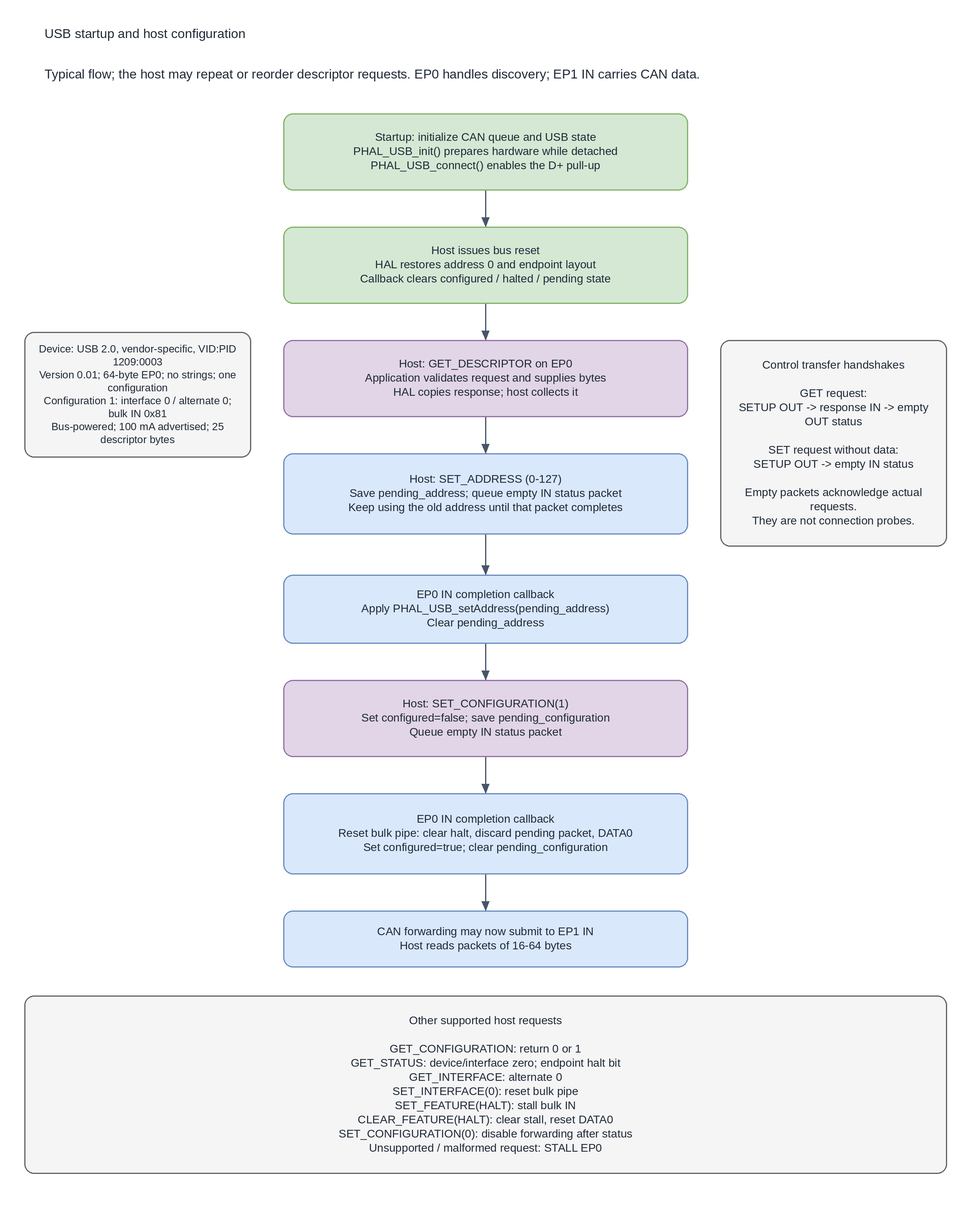
PurdueElectricRacing/firmware keeps this draw.io diagram as firmware/source/cannector/usb_enumeration.drawio.png. Above is the earlier version. Source tidied: cells renumbered, new cells last; positions are measured from the earlier drawing's top-left corner, leaving out a move shared by most shapes.
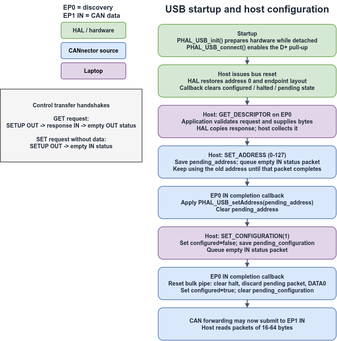
Later version of the same file.

What changed in the source:
```diff
@@ -2,65 +2,68 @@
   <root>
     <mxCell id="0" />
     <mxCell id="1" parent="0" />
-    <mxCell id="2" value="USB startup and host configuration" style="text;whiteSpace=wrap;html=0;align=left;verticalAlign=middle;fontColor=#1f2937;fontSize=16;spacing=5;" parent="1" vertex="1">
-      <mxGeometry x="10" width="1120" height="45" as="geometry" />
+    <mxCell id="2" value="USB startup and host configuration" style="text;whiteSpace=wrap;html=0;align=center;verticalAlign=middle;fontColor=#1f2937;fontSize=24;spacing=5;fontStyle=1;strokeWidth=2;" parent="1" vertex="1">
+      <mxGeometry x="250" y="80" width="440" height="45" as="geometry" />
     </mxCell>
-    <mxCell id="3" value="Typical flow; the host may repeat or reorder descriptor requests. EP0 handles discovery; EP1 IN carries CAN data." style="text;whiteSpace=wrap;html=0;align=left;verticalAlign=middle;fontColor=#1f2937;fontSize=16;spacing=5;" parent="1" vertex="1">
-      <mxGeometry x="10" y="45" width="1120" height="55" as="geometry" />
+    <mxCell id="3" value="EP0 = discovery&#10;EP1 IN = CAN data" style="text;whiteSpace=wrap;html=0;align=left;verticalAlign=middle;fontColor=#1f2937;fontSize=16;spacing=5;fontStyle=1;strokeWidth=2;" parent="1" vertex="1">
+      <mxGeometry x="10" y="80" width="160" height="55" as="geometry" />
     </mxCell>
-    <mxCell id="4" value="Startup: initialize CAN queue and USB state&#10;PHAL_USB_init() prepares hardware while detached&#10;PHAL_USB_connect() enables the D+ pull-up" style="rounded=1;whiteSpace=wrap;html=0;fillColor=#d5e8d4;strokeColor=#82b366;fontColor=#1f2937;fontSize=14;spacing=10;" parent="1" vertex="1">
-      <mxGeometry x="320" y="120" width="500" height="95" as="geometry" />
+    <mxCell id="4" value="Startup&#10;PHAL_USB_init() prepares hardware while detached&#10;PHAL_USB_connect() enables the D+ pull-up" style="rounded=1;whiteSpace=wrap;html=0;fillColor=#d5e8d4;strokeColor=#82b366;fontColor=#1f2937;fontSize=14;spacing=10;fontStyle=1;strokeWidth=2;" parent="1" vertex="1">
+      <mxGeometry x="250" y="140" width="440" height="80" as="geometry" />
     </mxCell>
-    <mxCell id="5" value="Host issues bus reset&#10;HAL restores address 0 and endpoint layout&#10;Callback clears configured / halted / pending state" style="rounded=1;whiteSpace=wrap;html=0;fillColor=#d5e8d4;strokeColor=#82b366;fontColor=#1f2937;fontSize=14;spacing=10;" parent="1" vertex="1">
-      <mxGeometry x="320" y="260" width="500" height="95" as="geometry" />
+    <mxCell id="5" value="Host issues bus reset&#10;HAL restores address 0 and endpoint layout&#10;Callback clears configured / halted / pending state" style="rounded=1;whiteSpace=wrap;html=0;fillColor=#d5e8d4;strokeColor=#82b366;fontColor=#1f2937;fontSize=14;spacing=10;fontStyle=1;strokeWidth=2;" parent="1" vertex="1">
+      <mxGeometry x="250" y="240" width="440" height="80" as="geometry" />
     </mxCell>
-    <mxCell id="6" value="Host: GET_DESCRIPTOR on EP0&#10;Application validates request and supplies bytes&#10;HAL copies response; host collects it" style="rounded=1;whiteSpace=wrap;html=0;fillColor=#e1d5e7;strokeColor=#9673a6;fontColor=#1f2937;fontSize=14;spacing=10;" parent="1" vertex="1">
-      <mxGeometry x="320" y="400" width="500" height="95" as="geometry" />
+    <mxCell id="6" value="Host: GET_DESCRIPTOR on EP0&#10;Application validates request and supplies bytes&#10;HAL copies response; host collects it" style="rounded=1;whiteSpace=wrap;html=0;fillColor=#e1d5e7;strokeColor=#9673a6;fontColor=#1f2937;fontSize=14;spacing=10;fontStyle=1;strokeWidth=2;" parent="1" vertex="1">
+      <mxGeometry x="250" y="340" width="440" height="80" as="geometry" />
     </mxCell>
-    <mxCell id="7" value="Device: USB 2.0, vendor-specific, VID:PID 1209:0003&#10;Version 0.01; 64-byte EP0; no strings; one configuration&#10;Configuration 1: interface 0 / alternate 0; bulk IN 0x81&#10;Bus-powered; 100 mA advertised; 25 descriptor bytes" style="rounded=1;whiteSpace=wrap;html=0;fillColor=#f5f5f5;strokeColor=#666666;fontColor=#1f2937;fontSize=14;spacing=10;" parent="1" vertex="1">
-      <mxGeometry y="390" width="280" height="155" as="geometry" />
-    </mxCell>
-    <mxCell id="8" value="Host: SET_ADDRESS (0-127)&#10;Save pending_address; queue empty IN status packet&#10;Keep using the old address until that packet completes" style="rounded=1;whiteSpace=wrap;html=0;fillColor=#dae8fc;strokeColor=#6c8ebf;fontColor=#1f2937;fontSize=14;spacing=10;" parent="1" vertex="1">
-      <mxGeometry x="320" y="540" width="500" height="100" as="geometry" />
+    <mxCell id="8" value="Host: SET_ADDRESS (0-127)&#10;Save pending_address; queue empty IN status packet&#10;Keep using the old address until that packet completes" style="rounded=1;whiteSpace=wrap;html=0;fillColor=#dae8fc;strokeColor=#6c8ebf;fontColor=#1f2937;fontSize=14;spacing=10;fontStyle=1;strokeWidth=2;" parent="1" vertex="1">
+      <mxGeometry x="250" y="440" width="440" height="80" as="geometry" />
     </mxCell>
-    <mxCell id="9" value="EP0 IN completion callback&#10;Apply PHAL_USB_setAddress(pending_address)&#10;Clear pending_address" style="rounded=1;whiteSpace=wrap;html=0;fillColor=#dae8fc;strokeColor=#6c8ebf;fontColor=#1f2937;fontSize=14;spacing=10;" parent="1" vertex="1">
-      <mxGeometry x="320" y="690" width="500" height="85" as="geometry" />
+    <mxCell id="9" value="EP0 IN completion callback&#10;Apply PHAL_USB_setAddress(pending_address)&#10;Clear pending_address" style="rounded=1;whiteSpace=wrap;html=0;fillColor=#dae8fc;strokeColor=#6c8ebf;fontColor=#1f2937;fontSize=14;spacing=10;fontStyle=1;strokeWidth=2;" parent="1" vertex="1">
+      <mxGeometry x="250" y="540" width="440" height="80" as="geometry" />
     </mxCell>
-    <mxCell id="10" value="Host: SET_CONFIGURATION(1)&#10;Set configured=false; save pending_configuration&#10;Queue empty IN status packet" style="rounded=1;whiteSpace=wrap;html=0;fillColor=#e1d5e7;strokeColor=#9673a6;fontColor=#1f2937;fontSize=14;spacing=10;" parent="1" vertex="1">
-      <mxGeometry x="320" y="820" width="500" height="95" as="geometry" />
+    <mxCell id="10" value="Host: SET_CONFIGURATION(1)&#10;Set configured=false; save pending_configuration&#10;Queue empty IN status packet" style="rounded=1;whiteSpace=wrap;html=0;fillColor=#e1d5e7;strokeColor=#9673a6;fontColor=#1f2937;fontSize=14;spacing=10;fontStyle=1;strokeWidth=2;" parent="1" vertex="1">
+      <mxGeometry x="250" y="640" width="440" height="80" as="geometry" />
     </mxCell>
-    <mxCell id="11" value="EP0 IN completion callback&#10;Reset bulk pipe: clear halt, discard pending packet, DATA0&#10;Set configured=true; clear pending_configuration" style="rounded=1;whiteSpace=wrap;html=0;fillColor=#dae8fc;strokeColor=#6c8ebf;fontColor=#1f2937;fontSize=14;spacing=10;" parent="1" vertex="1">
-      <mxGeometry x="320" y="960" width="500" height="100" as="geometry" />
+    <mxCell id="11" value="EP0 IN completion callback&#10;Reset bulk pipe: clear halt, discard pending packet, DATA0&#10;Set configured=true; clear pending_configuration" style="rounded=1;whiteSpace=wrap;html=0;fillColor=#dae8fc;strokeColor=#6c8ebf;fontColor=#1f2937;fontSize=14;spacing=10;fontStyle=1;strokeWidth=2;" parent="1" vertex="1">
+      <mxGeometry x="250" y="740" width="440" height="80" as="geometry" />
     </mxCell>
-    <mxCell id="12" value="CAN forwarding may now submit to EP1 IN&#10;Host reads packets of 16-64 bytes" style="rounded=1;whiteSpace=wrap;html=0;fillColor=#dae8fc;strokeColor=#6c8ebf;fontColor=#1f2937;fontSize=14;spacing=10;" parent="1" vertex="1">
-      <mxGeometry x="320" y="1105" width="500" height="70" as="geometry" />
+    <mxCell id="12" value="CAN forwarding may now submit to EP1 IN&#10;Host reads packets of 16-64 bytes" style="rounded=1;whiteSpace=wrap;html=0;fillColor=#dae8fc;strokeColor=#6c8ebf;fontColor=#1f2937;fontSize=14;spacing=10;fontStyle=1;strokeWidth=2;" parent="1" vertex="1">
+      <mxGeometry x="250" y="840" width="440" height="80" as="geometry" />
     </mxCell>
-    <mxCell id="13" style="edgeStyle=orthogonalEdgeStyle;rounded=0;jettySize=auto;html=0;endArrow=block;endFill=1;fontSize=13;labelBackgroundColor=#ffffff;strokeColor=#475569;exitX=0.5;exitY=1;entryX=0.5;entryY=0;exitX=0.5;exitY=1;entryX=0.5;entryY=0;" parent="1" edge="1" source="4" target="5">
+    <mxCell id="13" style="edgeStyle=orthogonalEdgeStyle;rounded=0;jettySize=auto;html=0;endArrow=block;endFill=1;fontSize=13;labelBackgroundColor=#ffffff;strokeColor=#475569;exitX=0.5;exitY=1;entryX=0.5;entryY=0;exitX=0.5;exitY=1;entryX=0.5;entryY=0;fontStyle=1;strokeWidth=2;" parent="1" edge="1" source="4" target="5">
       <mxGeometry relative="1" as="geometry" />
     </mxCell>
-    <mxCell id="14" style="edgeStyle=orthogonalEdgeStyle;rounded=0;jettySize=auto;html=0;endArrow=block;endFill=1;fontSize=13;labelBackgroundColor=#ffffff;strokeColor=#475569;exitX=0.5;exitY=1;entryX=0.5;entryY=0;exitX=0.5;exitY=1;entryX=0.5;entryY=0;" parent="1" edge="1" source="5" target="6">
+    <mxCell id="14" style="edgeStyle=orthogonalEdgeStyle;rounded=0;jettySize=auto;html=0;endArrow=block;endFill=1;fontSize=13;labelBackgroundColor=#ffffff;strokeColor=#475569;exitX=0.5;exitY=1;entryX=0.5;entryY=0;exitX=0.5;exitY=1;entryX=0.5;entryY=0;fontStyle=1;strokeWidth=2;" parent="1" edge="1" source="5" target="6">
       <mxGeometry relative="1" as="geometry" />
     </mxCell>
-    <mxCell id="15" style="edgeStyle=orthogonalEdgeStyle;rounded=0;jettySize=auto;html=0;endArrow=block;endFill=1;fontSize=13;labelBackgroundColor=#ffffff;strokeColor=#475569;exitX=0.5;exitY=1;entryX=0.5;entryY=0;exitX=0.5;exitY=1;entryX=0.5;entryY=0;" parent="1" edge="1" source="6" target="8">
+    <mxCell id="15" style="edgeStyle=orthogonalEdgeStyle;rounded=0;jettySize=auto;html=0;endArrow=block;endFill=1;fontSize=13;labelBackgroundColor=#ffffff;strokeColor=#475569;exitX=0.5;exitY=1;entryX=0.5;entryY=0;exitX=0.5;exitY=1;entryX=0.5;entryY=0;fontStyle=1;strokeWidth=2;" parent="1" edge="1" source="6" target="8">
       <mxGeometry relative="1" as="geometry" />
     </mxCell>
-    <mxCell id="16" style="edgeStyle=orthogonalEdgeStyle;rounded=0;jettySize=auto;html=0;endArrow=block;endFill=1;fontSize=13;labelBackgroundColor=#ffffff;strokeColor=#475569;exitX=0.5;exitY=1;entryX=0.5;entryY=0;exitX=0.5;exitY=1;entryX=0.5;entryY=0;" parent="1" edge="1" source="8" target="9">
+    <mxCell id="16" style="edgeStyle=orthogonalEdgeStyle;rounded=0;jettySize=auto;html=0;endArrow=block;endFill=1;fontSize=13;labelBackgroundColor=#ffffff;strokeColor=#475569;exitX=0.5;exitY=1;entryX=0.5;entryY=0;exitX=0.5;exitY=1;entryX=0.5;entryY=0;fontStyle=1;strokeWidth=2;" parent="1" edge="1" source="8" target="9">
       <mxGeometry relative="1" as="geometry" />
     </mxCell>
-    <mxCell id="17" style="edgeStyle=orthogonalEdgeStyle;rounded=0;jettySize=auto;html=0;endArrow=block;endFill=1;fontSize=13;labelBackgroundColor=#ffffff;strokeColor=#475569;exitX=0.5;exitY=1;entryX=0.5;entryY=0;exitX=0.5;exitY=1;entryX=0.5;entryY=0;" parent="1" edge="1" source="9" target="10">
+    <mxCell id="17" style="edgeStyle=orthogonalEdgeStyle;rounded=0;jettySize=auto;html=0;endArrow=block;endFill=1;fontSize=13;labelBackgroundColor=#ffffff;strokeColor=#475569;exitX=0.5;exitY=1;entryX=0.5;entryY=0;exitX=0.5;exitY=1;entryX=0.5;entryY=0;fontStyle=1;strokeWidth=2;" parent="1" edge="1" source="9" target="10">
       <mxGeometry relative="1" as="geometry" />
     </mxCell>
-    <mxCell id="18" style="edgeStyle=orthogonalEdgeStyle;rounded=0;jettySize=auto;html=0;endArrow=block;endFill=1;fontSize=13;labelBackgroundColor=#ffffff;strokeColor=#475569;exitX=0.5;exitY=1;entryX=0.5;entryY=0;exitX=0.5;exitY=1;entryX=0.5;entryY=0;" parent="1" edge="1" source="10" target="11">
+    <mxCell id="18" style="edgeStyle=orthogonalEdgeStyle;rounded=0;jettySize=auto;html=0;endArrow=block;endFill=1;fontSize=13;labelBackgroundColor=#ffffff;strokeColor=#475569;exitX=0.5;exitY=1;entryX=0.5;entryY=0;exitX=0.5;exitY=1;entryX=0.5;entryY=0;fontStyle=1;strokeWidth=2;" parent="1" edge="1" source="10" target="11">
       <mxGeometry relative="1" as="geometry" />
     </mxCell>
-    <mxCell id="19" style="edgeStyle=orthogonalEdgeStyle;rounded=0;jettySize=auto;html=0;endArrow=block;endFill=1;fontSize=13;labelBackgroundColor=#ffffff;strokeColor=#475569;exitX=0.5;exitY=1;entryX=0.5;entryY=0;exitX=0.5;exitY=1;entryX=0.5;entryY=0;" parent="1" edge="1" source="11" target="12">
+    <mxCell id="19" style="edgeStyle=orthogonalEdgeStyle;rounded=0;jettySize=auto;html=0;endArrow=block;endFill=1;fontSize=13;labelBackgroundColor=#ffffff;strokeColor=#475569;exitX=0.5;exitY=1;entryX=0.5;entryY=0;exitX=0.5;exitY=1;entryX=0.5;entryY=0;fontStyle=1;strokeWidth=2;" parent="1" edge="1" source="11" target="12">
       <mxGeometry relative="1" as="geometry" />
     </mxCell>
-    <mxCell id="20" value="Control transfer handshakes&#10;&#10;GET request:&#10;SETUP OUT -&gt; response IN -&gt; empty OUT status&#10;&#10;SET request without data:&#10;SETUP OUT -&gt; empty IN status&#10;&#10;Empty packets acknowledge actual requests.&#10;They are not connection probes." style="rounded=1;whiteSpace=wrap;html=0;fillColor=#f5f5f5;strokeColor=#666666;fontColor=#1f2937;fontSize=14;spacing=10;" parent="1" vertex="1">
-      <mxGeometry x="860" y="400" width="280" height="255" as="geometry" />
+    <mxCell id="20" value="Control transfer handshakes&#10;&#10;GET request:&#10;SETUP OUT -&gt; response IN -&gt; empty OUT status&#10;&#10;SET request without data:&#10;SETUP OUT -&gt; empty IN status" style="rounded=1;whiteSpace=wrap;html=0;fillColor=#f5f5f5;strokeColor=#666666;fontColor=#1f2937;fontSize=14;spacing=10;fontStyle=1;strokeWidth=2;arcSize=0;" parent="1" vertex="1">
+      <mxGeometry x="-140" y="300" width="350" height="180" as="geometry" />
     </mxCell>
-    <mxCell id="21" value="Other supported host requests&#10;&#10;GET_CONFIGURATION: return 0 or 1&#10;GET_STATUS: device/interface zero; endpoint halt bit&#10;GET_INTERFACE: alternate 0&#10;SET_INTERFACE(0): reset bulk pipe&#10;SET_FEATURE(HALT): stall bulk IN&#10;CLEAR_FEATURE(HALT): clear stall, reset DATA0&#10;SET_CONFIGURATION(0): disable forwarding after status&#10;Unsupported / malformed request: STALL EP0" style="rounded=1;whiteSpace=wrap;html=0;fillColor=#f5f5f5;strokeColor=#666666;fontColor=#1f2937;fontSize=14;spacing=10;" parent="1" vertex="1">
-      <mxGeometry y="1210" width="1140" height="220" as="geometry" />
-    </mxCell>
+    <mxCell id="22" value="HAL / hardware" style="rounded=1;whiteSpace=wrap;html=0;fillColor=#d5e8d4;strokeColor=#82b366;fontColor=#1f2937;fontSize=14;spacing=10;fontStyle=1;strokeWidth=2;" parent="1" vertex="1">
+      <mxGeometry x="10" y="135" width="160" height="40" as="geometry" />
+    </mxCell>
+    <mxCell id="23" value="CANnector source" style="rounded=1;whiteSpace=wrap;html=0;fillColor=#dae8fc;strokeColor=#6c8ebf;fontSize=14;spacing=10;fontStyle=1;strokeWidth=2;" parent="1" vertex="1">
+      <mxGeometry x="10" y="185" width="160" height="40" as="geometry" />
+    </mxCell>
+    <mxCell id="24" value="Laptop" style="rounded=1;whiteSpace=wrap;html=0;fillColor=#e1d5e7;strokeColor=#9673a6;fontSize=14;spacing=10;fontStyle=1;strokeWidth=2;" parent="1" vertex="1">
+      <mxGeometry x="10" y="235" width="160" height="40" as="geometry" />
+    </mxCell>
   </root>
 </mxGraphModel>
```
